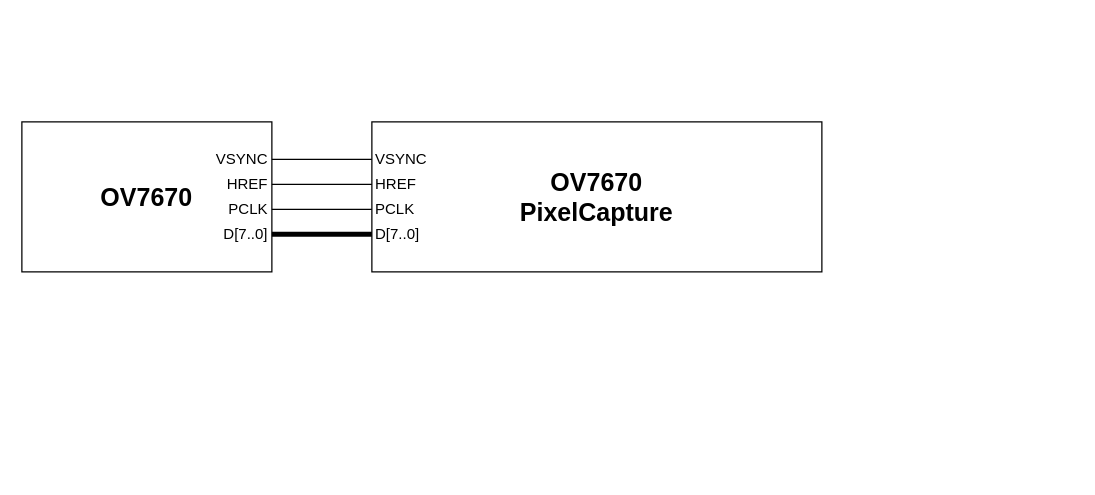
Earlier version of the draw.io diagram design/VGA camera to VGA monitor scheme.drawio (asp-image-dsp/cyclops). Source tidied: cells renumbered, new cells numbered last; positions are measured from the earlier drawing's top-left corner, leaving out a move shared by most shapes. Both pictures are drawn from the tidied source at 125%, with x=0, y=0 at pixel (21, 121).
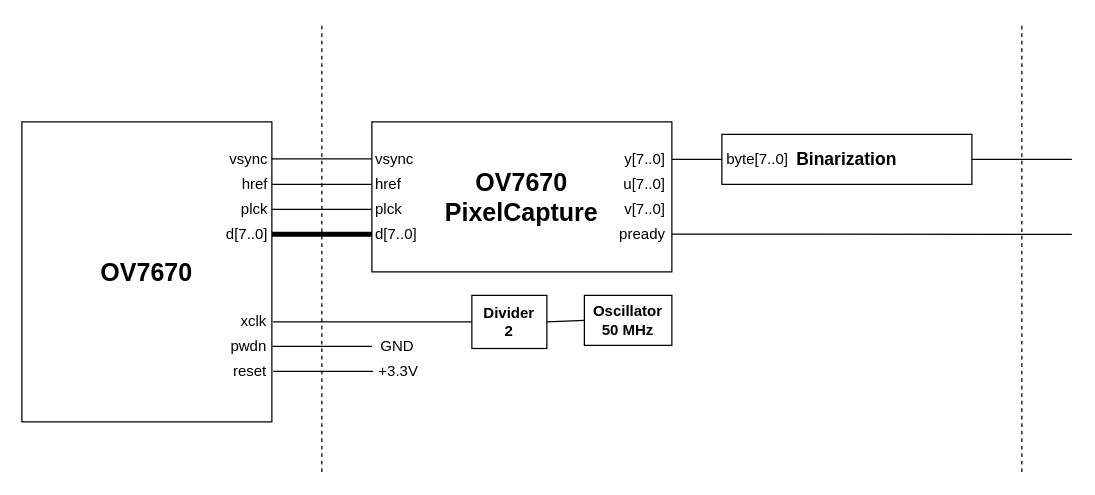
After the change.

Change to the diagram source:
```diff
@@
     <mxCell id="2" value="OV7670" style="rounded=0;whiteSpace=wrap;html=1;fontSize=20;fontStyle=1;" parent="1" vertex="1">
-      <mxGeometry width="200" height="120" as="geometry" />
+      <mxGeometry width="200" height="240" as="geometry" />
     </mxCell>
-    <mxCell id="3" value="VSYNC" style="text;html=1;align=right;verticalAlign=middle;strokeColor=none;fillColor=none;" parent="1" vertex="1">
-      <mxGeometry x="138" y="20" width="60" height="20" as="geometry" />
+    <mxCell id="3" value="vsync" style="text;html=1;align=right;verticalAlign=middle;strokeColor=none;fillColor=none;" parent="1" vertex="1">
+      <mxGeometry x="148" y="20" width="50" height="20" as="geometry" />
     </mxCell>
-    <mxCell id="4" value="HREF" style="text;html=1;align=right;verticalAlign=middle;strokeColor=none;fillColor=none;" parent="1" vertex="1">
-      <mxGeometry x="148" y="40" width="50" height="20" as="geometry" />
+    <mxCell id="4" value="href" style="text;html=1;align=right;verticalAlign=middle;strokeColor=none;fillColor=none;" parent="1" vertex="1">
+      <mxGeometry x="158" y="40" width="40" height="20" as="geometry" />
     </mxCell>
-    <mxCell id="5" value="PCLK" style="text;html=1;align=right;verticalAlign=middle;strokeColor=none;fillColor=none;" parent="1" vertex="1">
-      <mxGeometry x="148" y="60" width="50" height="20" as="geometry" />
+    <mxCell id="5" value="plck" style="text;html=1;align=right;verticalAlign=middle;strokeColor=none;fillColor=none;" parent="1" vertex="1">
+      <mxGeometry x="158" y="60" width="40" height="20" as="geometry" />
     </mxCell>
-    <mxCell id="6" value="D[7..0]" style="text;html=1;align=right;verticalAlign=middle;strokeColor=none;fillColor=none;" parent="1" vertex="1">
+    <mxCell id="6" value="d[7..0]" style="text;html=1;align=right;verticalAlign=middle;strokeColor=none;fillColor=none;" parent="1" vertex="1">
       <mxGeometry x="148" y="80" width="50" height="20" as="geometry" />
     </mxCell>
+    <mxCell id="16" style="edgeStyle=orthogonalEdgeStyle;rounded=0;jettySize=auto;html=1;exitX=1;exitY=0.25;exitDx=0;exitDy=0;entryX=0;entryY=0.5;entryDx=0;entryDy=0;fontSize=15;fontStyle=0;endArrow=none;endFill=0;" parent="1" edge="1" source="7" target="35">
+      <mxGeometry relative="1" as="geometry" />
+    </mxCell>
     <mxCell id="7" value="OV7670&lt;br&gt;PixelCapture" style="rounded=0;whiteSpace=wrap;html=1;fontSize=20;fontStyle=1;" parent="1" vertex="1">
-      <mxGeometry x="280" width="360" height="120" as="geometry" />
+      <mxGeometry x="280" width="240" height="120" as="geometry" />
     </mxCell>
-    <mxCell id="8" value="VSYNC" style="text;html=1;align=left;verticalAlign=middle;strokeColor=none;fillColor=none;" parent="1" vertex="1">
-      <mxGeometry x="281" y="20" width="60" height="20" as="geometry" />
+    <mxCell id="8" value="vsync" style="text;html=1;align=left;verticalAlign=middle;strokeColor=none;fillColor=none;" parent="1" vertex="1">
+      <mxGeometry x="281" y="20" width="50" height="20" as="geometry" />
     </mxCell>
-    <mxCell id="9" value="HREF" style="text;html=1;align=left;verticalAlign=middle;strokeColor=none;fillColor=none;" parent="1" vertex="1">
-      <mxGeometry x="281" y="40" width="50" height="20" as="geometry" />
+    <mxCell id="9" value="href" style="text;html=1;align=left;verticalAlign=middle;strokeColor=none;fillColor=none;" parent="1" vertex="1">
+      <mxGeometry x="281" y="40" width="40" height="20" as="geometry" />
     </mxCell>
-    <mxCell id="10" value="PCLK" style="text;html=1;align=left;verticalAlign=middle;strokeColor=none;fillColor=none;" parent="1" vertex="1">
-      <mxGeometry x="281" y="60" width="50" height="20" as="geometry" />
+    <mxCell id="10" value="plck" style="text;html=1;align=left;verticalAlign=middle;strokeColor=none;fillColor=none;" parent="1" vertex="1">
+      <mxGeometry x="281" y="60" width="40" height="20" as="geometry" />
     </mxCell>
-    <mxCell id="11" value="D[7..0]" style="text;html=1;align=left;verticalAlign=middle;strokeColor=none;fillColor=none;" parent="1" vertex="1">
+    <mxCell id="11" value="d[7..0]" style="text;html=1;align=left;verticalAlign=middle;strokeColor=none;fillColor=none;" parent="1" vertex="1">
       <mxGeometry x="281" y="80" width="50" height="20" as="geometry" />
     </mxCell>
-    <mxCell id="12" style="endArrow=none;html=1;fontSize=20;exitX=1;exitY=0.25;exitDx=0;exitDy=0;entryX=0;entryY=0.25;entryDx=0;entryDy=0;" parent="1" edge="1" source="2" target="7">
-      <mxGeometry relative="1" as="geometry" />
-    </mxCell>
@@
+    <mxCell id="17" value="y[7..0]" style="text;html=1;align=right;verticalAlign=middle;strokeColor=none;fillColor=none;" parent="1" vertex="1">
+      <mxGeometry x="466" y="20" width="50" height="20" as="geometry" />
+    </mxCell>
+    <mxCell id="18" value="u[7..0]" style="text;html=1;align=right;verticalAlign=middle;strokeColor=none;fillColor=none;" parent="1" vertex="1">
+      <mxGeometry x="466" y="40" width="50" height="20" as="geometry" />
+    </mxCell>
+    <mxCell id="19" value="v[7..0]" style="text;html=1;align=right;verticalAlign=middle;strokeColor=none;fillColor=none;" parent="1" vertex="1">
+      <mxGeometry x="466" y="60" width="50" height="20" as="geometry" />
+    </mxCell>
+    <mxCell id="20" value="pready" style="text;html=1;align=right;verticalAlign=middle;strokeColor=none;fillColor=none;" parent="1" vertex="1">
+      <mxGeometry x="466" y="80" width="50" height="20" as="geometry" />
+    </mxCell>
+    <mxCell id="21" style="endArrow=none;dashed=1;html=1;" parent="1" edge="1">
+      <mxGeometry relative="1" as="geometry">
+        <mxPoint x="240" y="280" as="sourcePoint" />
+        <mxPoint x="240" y="-80" as="targetPoint" />
+      </mxGeometry>
+    </mxCell>
+    <mxCell id="22" style="endArrow=none;html=1;fontSize=20;exitX=1;exitY=0.25;exitDx=0;exitDy=0;entryX=0;entryY=0.25;entryDx=0;entryDy=0;" parent="1" edge="1">
+      <mxGeometry relative="1" as="geometry">
+        <mxPoint x="200" y="29.5" as="sourcePoint" />
+        <mxPoint x="280" y="29.5" as="targetPoint" />
+      </mxGeometry>
+    </mxCell>
+    <mxCell id="23" style="endArrow=none;html=1;fontSize=20;exitX=1;exitY=0.25;exitDx=0;exitDy=0;" parent="1" edge="1">
+      <mxGeometry relative="1" as="geometry">
+        <mxPoint x="201" y="160" as="sourcePoint" />
+        <mxPoint x="360" y="160" as="targetPoint" />
+      </mxGeometry>
+    </mxCell>
+    <mxCell id="24" value="xclk" style="text;html=1;align=right;verticalAlign=middle;strokeColor=none;fillColor=none;" parent="1" vertex="1">
+      <mxGeometry x="157" y="150" width="40" height="20" as="geometry" />
+    </mxCell>
+    <mxCell id="25" value="pwdn" style="text;html=1;align=right;verticalAlign=middle;strokeColor=none;fillColor=none;" parent="1" vertex="1">
+      <mxGeometry x="157" y="170" width="40" height="20" as="geometry" />
+    </mxCell>
+    <mxCell id="26" value="reset" style="text;html=1;align=right;verticalAlign=middle;strokeColor=none;fillColor=none;" parent="1" vertex="1">
+      <mxGeometry x="157" y="190" width="40" height="20" as="geometry" />
+    </mxCell>
+    <mxCell id="27" style="endArrow=none;html=1;fontSize=20;exitX=1;exitY=0.25;exitDx=0;exitDy=0;entryX=0;entryY=0.25;entryDx=0;entryDy=0;" parent="1" edge="1">
+      <mxGeometry relative="1" as="geometry">
+        <mxPoint x="200" y="179.6" as="sourcePoint" />
+        <mxPoint x="280" y="179.6" as="targetPoint" />
+      </mxGeometry>
+    </mxCell>
+    <mxCell id="28" style="endArrow=none;html=1;fontSize=20;exitX=1;exitY=0.25;exitDx=0;exitDy=0;entryX=0;entryY=0.25;entryDx=0;entryDy=0;" parent="1" edge="1">
+      <mxGeometry relative="1" as="geometry">
+        <mxPoint x="201" y="199.6" as="sourcePoint" />
+        <mxPoint x="281" y="199.6" as="targetPoint" />
+      </mxGeometry>
+    </mxCell>
+    <mxCell id="29" value="GND&lt;br&gt;" style="text;html=1;align=center;verticalAlign=middle;strokeColor=none;fillColor=none;" parent="1" vertex="1">
+      <mxGeometry x="280" y="170" width="40" height="20" as="geometry" />
+    </mxCell>
+    <mxCell id="30" value="+3.3V" style="text;html=1;align=center;verticalAlign=middle;strokeColor=none;fillColor=none;" parent="1" vertex="1">
+      <mxGeometry x="276" y="190" width="50" height="20" as="geometry" />
+    </mxCell>
+    <mxCell id="31" value="Oscillator&lt;br style=&quot;font-size: 12px;&quot;&gt;50 MHz" style="rounded=0;whiteSpace=wrap;html=1;fontSize=12;fontStyle=1;" parent="1" vertex="1">
+      <mxGeometry x="450" y="138.8" width="70" height="40" as="geometry" />
+    </mxCell>
+    <mxCell id="32" value="Divider&lt;br style=&quot;font-size: 12px;&quot;&gt;2" style="rounded=0;whiteSpace=wrap;html=1;fontSize=12;fontStyle=1;" parent="1" vertex="1">
+      <mxGeometry x="360" y="138.8" width="60" height="42.5" as="geometry" />
+    </mxCell>
+    <mxCell id="33" style="endArrow=none;html=1;fontSize=20;exitX=0;exitY=0.5;exitDx=0;exitDy=0;entryX=1;entryY=0.5;entryDx=0;entryDy=0;" parent="1" edge="1" source="31" target="32">
+      <mxGeometry relative="1" as="geometry" />
+    </mxCell>
+    <mxCell id="34" style="edgeStyle=orthogonalEdgeStyle;rounded=0;jettySize=auto;html=1;exitX=1;exitY=0.5;exitDx=0;exitDy=0;fontSize=14;endArrow=none;endFill=0;" parent="1" edge="1" source="35">
+      <mxGeometry relative="1" as="geometry">
+        <mxPoint x="840" y="29.9" as="targetPoint" />
+      </mxGeometry>
+    </mxCell>
+    <mxCell id="35" value="Binarization" style="rounded=0;whiteSpace=wrap;html=1;fontSize=14;fontStyle=1;" parent="1" vertex="1">
+      <mxGeometry x="560" y="10" width="200" height="40" as="geometry" />
+    </mxCell>
+    <mxCell id="36" style="endArrow=none;dashed=1;html=1;" parent="1" edge="1">
+      <mxGeometry relative="1" as="geometry">
+        <mxPoint x="800" y="280" as="sourcePoint" />
+        <mxPoint x="800" y="-80" as="targetPoint" />
+      </mxGeometry>
+    </mxCell>
+    <mxCell id="37" style="edgeStyle=orthogonalEdgeStyle;rounded=0;orthogonalLoop=1;jettySize=auto;html=1;exitX=1;exitY=0.25;exitDx=0;exitDy=0;fontSize=15;fontStyle=0;endArrow=none;endFill=0;" parent="1" edge="1">
+      <mxGeometry relative="1" as="geometry">
+        <mxPoint x="520" y="89.7" as="sourcePoint" />
+        <mxPoint x="840" y="90" as="targetPoint" />
+        <Array as="points">
+          <mxPoint x="620" y="90" />
+          <mxPoint x="720" y="90" />
+        </Array>
+      </mxGeometry>
+    </mxCell>
+    <mxCell id="38" value="byte[7..0]" style="text;html=1;align=left;verticalAlign=middle;strokeColor=none;fillColor=none;" parent="1" vertex="1">
+      <mxGeometry x="562" y="20" width="60" height="20" as="geometry" />
+    </mxCell>
```
